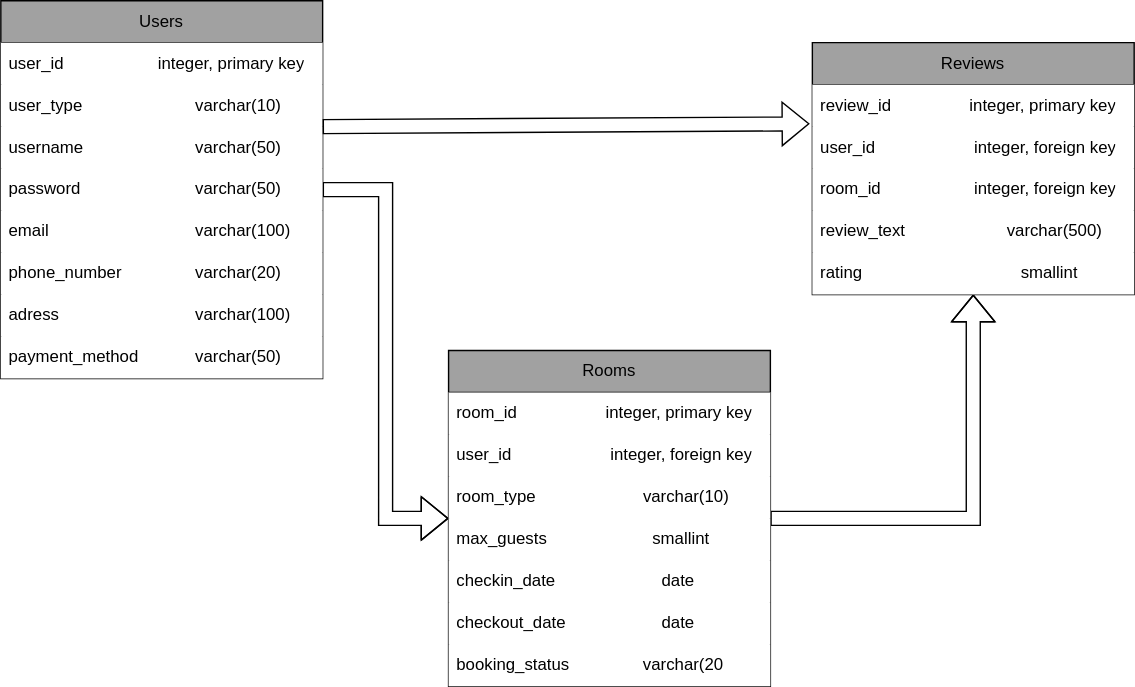
The draw.io diagram Lesson_16/Диаграмма без названия.drawio.svg in alexsh2ko/prjctr_homevorks, before a commit. Source tidied: cells renumbered, new cells last; positions are measured from the earlier drawing's top-left corner, leaving out a move shared by most shapes.
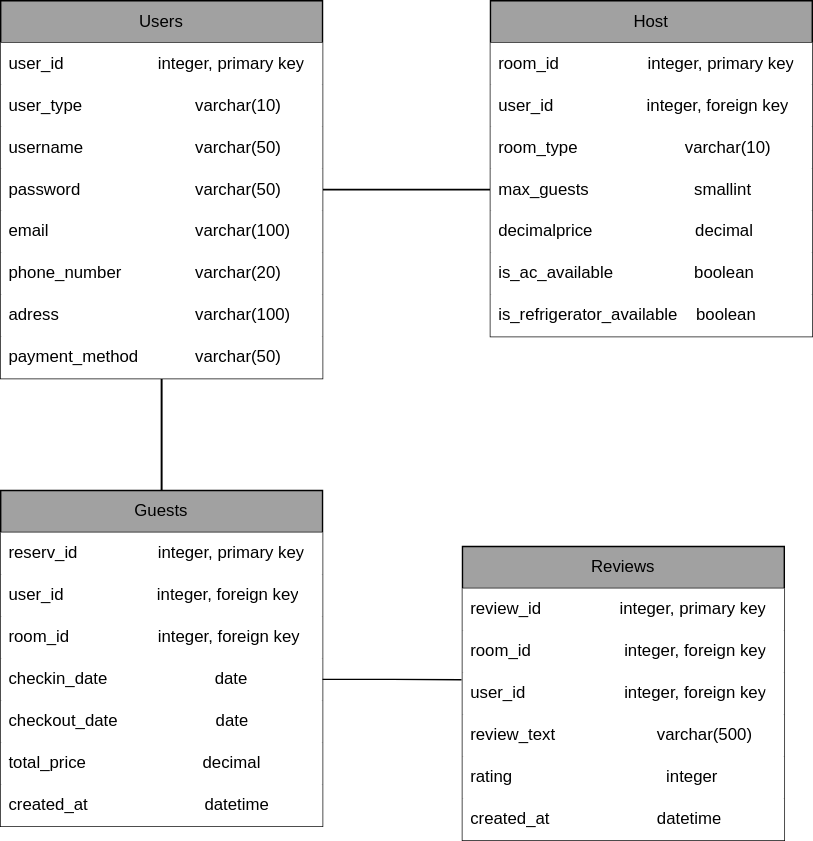
The same file after the commit.

Change to the diagram source:
```diff
@@ -2,11 +2,14 @@
   <root>
     <mxCell id="0" />
     <mxCell id="1" parent="0" />
-    <mxCell id="2" style="edgeStyle=orthogonalEdgeStyle;rounded=0;jettySize=auto;html=1;shape=flexArrow;" parent="1" edge="1" source="3" target="13">
-      <mxGeometry relative="1" as="geometry" />
-    </mxCell>
+    <mxCell id="28" style="edgeStyle=orthogonalEdgeStyle;rounded=0;jettySize=auto;html=1;shape=link;width=-0.40000000000000036;" parent="1" edge="1" source="3" target="32">
+      <mxGeometry relative="1" as="geometry" />
+    </mxCell>
+    <mxCell id="29" style="edgeStyle=orthogonalEdgeStyle;rounded=0;jettySize=auto;html=1;entryX=0;entryY=0.5;entryDx=0;entryDy=0;shape=link;width=-0.40000000000000036;" parent="1" edge="1" source="3" target="17">
+      <mxGeometry relative="1" as="geometry" />
+    </mxCell>
     <mxCell id="3" value="Users" style="swimlane;fontStyle=0;horizontal=1;startSize=30;whiteSpace=wrap;html=1;fillColor=#a1a1a1;" parent="1" vertex="1">
-      <mxGeometry width="230" height="270" as="geometry" />
+      <mxGeometry x="50" width="230" height="270" as="geometry" />
     </mxCell>
     <mxCell id="4" value="&lt;div style=&quot;text-align: justify;&quot;&gt;&lt;span style=&quot;background-color: initial;&quot;&gt;user_id &lt;/span&gt;&lt;span style=&quot;background-color: initial; white-space: pre;&quot;&gt; &lt;/span&gt;&lt;span style=&quot;background-color: initial; white-space: pre;&quot;&gt; &lt;/span&gt;&lt;span style=&quot;background-color: initial; white-space: pre;&quot;&gt; &lt;/span&gt;&lt;span style=&quot;background-color: initial;&quot;&gt;integer, primary key&lt;/span&gt;&lt;/div&gt;" style="text;align=left;verticalAlign=middle;spacingLeft=4;spacingRight=4;overflow=hidden;whiteSpace=wrap;html=1;fillColor=#FFFFFF;" parent="3" vertex="1">
       <mxGeometry y="30" width="230" height="30" as="geometry" />
@@ -32,16 +35,13 @@
     <mxCell id="11" value="payment_method &lt;span style=&quot;white-space: pre;&quot;&gt; &lt;/span&gt;&lt;span style=&quot;white-space: pre;&quot;&gt; &lt;/span&gt;varchar(50)" style="text;strokeColor=none;fillColor=#FFFFFF;align=left;verticalAlign=middle;spacingLeft=4;spacingRight=4;overflow=hidden;whiteSpace=wrap;html=1;" parent="3" vertex="1">
       <mxGeometry y="240" width="230" height="30" as="geometry" />
     </mxCell>
-    <mxCell id="12" style="edgeStyle=orthogonalEdgeStyle;rounded=0;jettySize=auto;html=1;shape=flexArrow;fillColor=default;strokeColor=#000000;" parent="1" edge="1" source="13" target="21">
-      <mxGeometry relative="1" as="geometry" />
-    </mxCell>
-    <mxCell id="13" value="Rooms" style="swimlane;fontStyle=0;horizontal=1;startSize=30;whiteSpace=wrap;html=1;fillColor=#a1a1a1;" parent="1" vertex="1">
-      <mxGeometry x="320" y="250" width="230" height="240" as="geometry" />
+    <mxCell id="13" value="Host" style="swimlane;fontStyle=0;horizontal=1;startSize=30;whiteSpace=wrap;html=1;fillColor=#a1a1a1;" parent="1" vertex="1">
+      <mxGeometry x="400" width="230" height="240" as="geometry" />
     </mxCell>
     <mxCell id="14" value="&lt;div style=&quot;text-align: justify;&quot;&gt;&lt;span style=&quot;background-color: initial;&quot;&gt;room_id &lt;/span&gt;&lt;span style=&quot;background-color: initial; white-space: pre;&quot;&gt; &lt;/span&gt;&lt;span style=&quot;background-color: initial; white-space: pre;&quot;&gt; &lt;/span&gt;&lt;span style=&quot;background-color: initial; white-space: pre;&quot;&gt; &lt;/span&gt;&lt;span style=&quot;background-color: initial;&quot;&gt;integer, primary key&lt;/span&gt;&lt;/div&gt;" style="text;align=left;verticalAlign=middle;spacingLeft=4;spacingRight=4;overflow=hidden;whiteSpace=wrap;html=1;fillColor=#FFFFFF;" parent="13" vertex="1">
       <mxGeometry y="30" width="230" height="30" as="geometry" />
     </mxCell>
-    <mxCell id="15" value="&lt;div style=&quot;text-align: justify;&quot;&gt;user_id&amp;nbsp;&lt;span style=&quot;&quot;&gt; &lt;span style=&quot;white-space: pre;&quot;&gt; &lt;/span&gt;&lt;span style=&quot;white-space: pre;&quot;&gt; &lt;/span&gt;&lt;span style=&quot;white-space: pre;&quot;&gt; &lt;/span&gt;&lt;/span&gt;&lt;span style=&quot;&quot;&gt; &lt;/span&gt;&lt;span style=&quot;&quot;&gt; &lt;/span&gt;&lt;span style=&quot;border-color: var(--border-color); background-color: initial;&quot;&gt; &lt;/span&gt;&lt;span style=&quot;border-color: var(--border-color); background-color: initial;&quot;&gt; &lt;/span&gt;&lt;span style=&quot;border-color: var(--border-color); background-color: initial;&quot;&gt; &lt;/span&gt;&lt;span style=&quot;border-color: var(--border-color); background-color: initial;&quot;&gt;integer, foreign key&lt;/span&gt;&lt;br&gt;&lt;/div&gt;" style="text;strokeColor=none;fillColor=#FFFFFF;align=left;verticalAlign=middle;spacingLeft=4;spacingRight=4;overflow=hidden;whiteSpace=wrap;html=1;" parent="13" vertex="1">
+    <mxCell id="15" value="user_id&amp;nbsp; &amp;nbsp; &amp;nbsp; &amp;nbsp; &amp;nbsp; &amp;nbsp; &amp;nbsp; &amp;nbsp; &amp;nbsp; &lt;span style=&quot;text-align: justify; background-color: initial;&quot;&gt;&amp;nbsp;&lt;/span&gt;&lt;span style=&quot;text-align: justify; background-color: initial;&quot;&gt;    &lt;/span&gt;&lt;span style=&quot;text-align: justify; background-color: initial;&quot;&gt; &lt;/span&gt;&lt;span style=&quot;text-align: justify; background-color: initial;&quot;&gt; &lt;/span&gt;&lt;span style=&quot;text-align: justify; background-color: initial; border-color: var(--border-color);&quot;&gt; &lt;/span&gt;&lt;span style=&quot;text-align: justify; background-color: initial; border-color: var(--border-color);&quot;&gt; &lt;/span&gt;&lt;span style=&quot;text-align: justify; background-color: initial; border-color: var(--border-color);&quot;&gt; &lt;/span&gt;&lt;span style=&quot;text-align: justify; background-color: initial; border-color: var(--border-color);&quot;&gt;integer, foreign key&lt;/span&gt;" style="text;strokeColor=none;fillColor=#FFFFFF;align=left;verticalAlign=middle;spacingLeft=4;spacingRight=4;overflow=hidden;whiteSpace=wrap;html=1;" parent="13" vertex="1">
       <mxGeometry y="60" width="230" height="30" as="geometry" />
     </mxCell>
     <mxCell id="16" value="room_type &lt;span style=&quot;white-space: pre;&quot;&gt; &lt;/span&gt;&lt;span style=&quot;white-space: pre;&quot;&gt; &lt;/span&gt;&amp;nbsp; &amp;nbsp; &amp;nbsp; &amp;nbsp;&lt;span style=&quot;&quot;&gt; &lt;/span&gt;&lt;span style=&quot;&quot;&gt; &lt;/span&gt;&lt;span style=&quot;&quot;&gt; &lt;/span&gt;varchar(10)" style="text;strokeColor=none;fillColor=#FFFFFF;align=left;verticalAlign=middle;spacingLeft=4;spacingRight=4;overflow=hidden;whiteSpace=wrap;html=1;" parent="13" vertex="1">
@@ -50,37 +50,62 @@
     <mxCell id="17" value="max_guests&amp;nbsp;&lt;span style=&quot;&quot;&gt; &lt;span style=&quot;white-space: pre;&quot;&gt; &lt;/span&gt;&lt;span style=&quot;white-space: pre;&quot;&gt; &lt;/span&gt;&lt;span style=&quot;white-space: pre;&quot;&gt; &lt;/span&gt;&lt;/span&gt;&lt;span style=&quot;&quot;&gt;&amp;nbsp;&lt;/span&gt;&lt;span style=&quot;&quot;&gt; &lt;/span&gt;smallint" style="text;strokeColor=none;fillColor=#FFFFFF;align=left;verticalAlign=middle;spacingLeft=4;spacingRight=4;overflow=hidden;points=[[0,0.5],[1,0.5]];portConstraint=eastwest;whiteSpace=wrap;html=1;" parent="13" vertex="1">
       <mxGeometry y="120" width="230" height="30" as="geometry" />
     </mxCell>
-    <mxCell id="18" value="checkin_date &lt;span style=&quot;white-space: pre;&quot;&gt; &lt;/span&gt;&lt;span style=&quot;white-space: pre;&quot;&gt; &lt;/span&gt;&lt;span style=&quot;white-space: pre;&quot;&gt; &lt;/span&gt;&amp;nbsp; &amp;nbsp; date" style="text;strokeColor=none;fillColor=#FFFFFF;align=left;verticalAlign=middle;spacingLeft=4;spacingRight=4;overflow=hidden;whiteSpace=wrap;html=1;" parent="13" vertex="1">
+    <mxCell id="18" value="decimalprice&amp;nbsp;&lt;span style=&quot;&quot;&gt; &lt;/span&gt;&lt;span style=&quot;&quot;&gt; &lt;/span&gt;&lt;span style=&quot;&quot;&gt; &lt;/span&gt;&amp;nbsp; &amp;nbsp; &amp;nbsp; &amp;nbsp; &amp;nbsp; &amp;nbsp; &amp;nbsp; &amp;nbsp; &amp;nbsp; &amp;nbsp; decimal" style="text;strokeColor=none;fillColor=#FFFFFF;align=left;verticalAlign=middle;spacingLeft=4;spacingRight=4;overflow=hidden;whiteSpace=wrap;html=1;" parent="13" vertex="1">
       <mxGeometry y="150" width="230" height="30" as="geometry" />
     </mxCell>
-    <mxCell id="19" value="checkout_date&amp;nbsp; &lt;span style=&quot;border-color: var(--border-color);&quot;&gt; &lt;/span&gt;&lt;span style=&quot;border-color: var(--border-color);&quot;&gt; &lt;/span&gt;&amp;nbsp; &amp;nbsp;&lt;span style=&quot;white-space: pre;&quot;&gt; &lt;/span&gt;&lt;span style=&quot;white-space: pre;&quot;&gt; &lt;/span&gt;&amp;nbsp; &amp;nbsp;&amp;nbsp;date" style="text;strokeColor=none;fillColor=#FFFFFF;align=left;verticalAlign=middle;spacingLeft=4;spacingRight=4;overflow=hidden;whiteSpace=wrap;html=1;" parent="13" vertex="1">
+    <mxCell id="19" value="is_ac_available &lt;span style=&quot;white-space: pre;&quot;&gt; &lt;/span&gt;&lt;span style=&quot;white-space: pre;&quot;&gt; &lt;/span&gt;&amp;nbsp; boolean" style="text;strokeColor=none;fillColor=#FFFFFF;align=left;verticalAlign=middle;spacingLeft=4;spacingRight=4;overflow=hidden;whiteSpace=wrap;html=1;" parent="13" vertex="1">
       <mxGeometry y="180" width="230" height="30" as="geometry" />
     </mxCell>
-    <mxCell id="20" value="booking_status &lt;span style=&quot;white-space: pre;&quot;&gt; &lt;/span&gt;&lt;span style=&quot;white-space: pre;&quot;&gt; &lt;/span&gt;varchar(20" style="text;strokeColor=none;fillColor=#FFFFFF;align=left;verticalAlign=middle;spacingLeft=4;spacingRight=4;overflow=hidden;whiteSpace=wrap;html=1;" parent="13" vertex="1">
+    <mxCell id="20" value="is_refrigerator_available&amp;nbsp; &amp;nbsp; boolean" style="text;strokeColor=none;fillColor=#FFFFFF;align=left;verticalAlign=middle;spacingLeft=4;spacingRight=4;overflow=hidden;whiteSpace=wrap;html=1;" parent="13" vertex="1">
       <mxGeometry y="210" width="230" height="30" as="geometry" />
     </mxCell>
     <mxCell id="21" value="Reviews" style="swimlane;fontStyle=0;horizontal=1;startSize=30;whiteSpace=wrap;html=1;fillColor=#a1a1a1;" parent="1" vertex="1">
-      <mxGeometry x="580" y="30" width="230" height="180" as="geometry" />
+      <mxGeometry x="380" y="390" width="230" height="210" as="geometry" />
     </mxCell>
     <mxCell id="22" value="&lt;div style=&quot;text-align: justify;&quot;&gt;review_id &lt;span style=&quot;white-space: pre;&quot;&gt; &lt;/span&gt;&lt;span style=&quot;white-space: pre;&quot;&gt; &lt;/span&gt;integer, primary key&lt;br&gt;&lt;/div&gt;" style="text;align=left;verticalAlign=middle;spacingLeft=4;spacingRight=4;overflow=hidden;whiteSpace=wrap;html=1;fillColor=#FFFFFF;" parent="21" vertex="1">
       <mxGeometry y="30" width="230" height="30" as="geometry" />
     </mxCell>
-    <mxCell id="23" value="&lt;div style=&quot;text-align: justify;&quot;&gt;user_id&amp;nbsp;&lt;span style=&quot;&quot;&gt; &lt;span style=&quot;white-space: pre;&quot;&gt; &lt;/span&gt;&lt;span style=&quot;white-space: pre;&quot;&gt; &lt;/span&gt;&lt;span style=&quot;white-space: pre;&quot;&gt; &lt;/span&gt;&lt;/span&gt;&lt;span style=&quot;&quot;&gt; &lt;/span&gt;&lt;span style=&quot;&quot;&gt; &lt;/span&gt;&lt;span style=&quot;border-color: var(--border-color); background-color: initial;&quot;&gt; &lt;/span&gt;&lt;span style=&quot;border-color: var(--border-color); background-color: initial;&quot;&gt; &lt;/span&gt;&lt;span style=&quot;border-color: var(--border-color); background-color: initial;&quot;&gt; &lt;/span&gt;&lt;span style=&quot;border-color: var(--border-color); background-color: initial;&quot;&gt;integer, foreign key&lt;/span&gt;&lt;br&gt;&lt;/div&gt;" style="text;strokeColor=none;fillColor=#FFFFFF;align=left;verticalAlign=middle;spacingLeft=4;spacingRight=4;overflow=hidden;points=[[0,0.5],[1,0.5]];portConstraint=eastwest;whiteSpace=wrap;html=1;" parent="21" vertex="1">
-      <mxGeometry y="60" width="230" height="30" as="geometry" />
-    </mxCell>
     <mxCell id="24" value="room_id&amp;nbsp;&lt;span style=&quot;border-color: var(--border-color); text-align: justify; background-color: initial;&quot;&gt; &lt;span style=&quot;white-space: pre;&quot;&gt; &lt;/span&gt;&lt;span style=&quot;white-space: pre;&quot;&gt; &lt;/span&gt;&lt;span style=&quot;white-space: pre;&quot;&gt; &lt;/span&gt;&lt;/span&gt;&lt;span style=&quot;border-color: var(--border-color); text-align: justify; background-color: initial;&quot;&gt; &lt;/span&gt;&lt;span style=&quot;border-color: var(--border-color); text-align: justify; background-color: initial;&quot;&gt; &lt;/span&gt;&lt;span style=&quot;border-color: var(--border-color); text-align: justify; background-color: initial;&quot;&gt;integer, foreign key&lt;/span&gt;" style="text;strokeColor=none;fillColor=#FFFFFF;align=left;verticalAlign=middle;spacingLeft=4;spacingRight=4;overflow=hidden;whiteSpace=wrap;html=1;" parent="21" vertex="1">
-      <mxGeometry y="90" width="230" height="30" as="geometry" />
+      <mxGeometry y="60" width="230" height="30" as="geometry" />
     </mxCell>
+    <mxCell id="30" value="user_id&lt;span style=&quot;border-color: var(--border-color); text-align: justify; background-color: initial;&quot;&gt;&amp;nbsp;&lt;span style=&quot;white-space: pre;&quot;&gt; &lt;/span&gt;&lt;span style=&quot;white-space: pre;&quot;&gt; &lt;/span&gt;&lt;span style=&quot;white-space: pre;&quot;&gt; &lt;/span&gt;&lt;/span&gt;&lt;span style=&quot;border-color: var(--border-color); text-align: justify; background-color: initial;&quot;&gt; &lt;/span&gt;&lt;span style=&quot;border-color: var(--border-color); text-align: justify; background-color: initial;&quot;&gt; &lt;/span&gt;&lt;span style=&quot;border-color: var(--border-color); text-align: justify; background-color: initial;&quot;&gt;integer, foreign key&lt;/span&gt;" style="text;strokeColor=none;fillColor=#FFFFFF;align=left;verticalAlign=middle;spacingLeft=4;spacingRight=4;overflow=hidden;points=[[0,0.5],[1,0.5]];portConstraint=eastwest;whiteSpace=wrap;html=1;" parent="21" vertex="1">
+      <mxGeometry y="90" width="230" height="30" as="geometry" />
+    </mxCell>
     <mxCell id="25" value="review_text &lt;span style=&quot;white-space: pre;&quot;&gt; &lt;/span&gt;&lt;span style=&quot;white-space: pre;&quot;&gt; &lt;/span&gt;&lt;span style=&quot;white-space: pre;&quot;&gt; &lt;/span&gt;varchar(500)" style="text;strokeColor=none;fillColor=#FFFFFF;align=left;verticalAlign=middle;spacingLeft=4;spacingRight=4;overflow=hidden;whiteSpace=wrap;html=1;" parent="21" vertex="1">
       <mxGeometry y="120" width="230" height="30" as="geometry" />
     </mxCell>
-    <mxCell id="26" value="rating &lt;span style=&quot;white-space: pre;&quot;&gt; &lt;/span&gt;&lt;span style=&quot;white-space: pre;&quot;&gt; &lt;/span&gt;&lt;span style=&quot;white-space: pre;&quot;&gt; &lt;/span&gt;&lt;span style=&quot;white-space: pre;&quot;&gt; &lt;/span&gt;&amp;nbsp; &amp;nbsp;smallint" style="text;strokeColor=none;fillColor=#FFFFFF;align=left;verticalAlign=middle;spacingLeft=4;spacingRight=4;overflow=hidden;whiteSpace=wrap;html=1;" parent="21" vertex="1">
+    <mxCell id="26" value="rating &lt;span style=&quot;white-space: pre;&quot;&gt; &lt;/span&gt;&lt;span style=&quot;white-space: pre;&quot;&gt; &lt;/span&gt;&lt;span style=&quot;white-space: pre;&quot;&gt; &lt;/span&gt;&lt;span style=&quot;white-space: pre;&quot;&gt; &lt;/span&gt;&amp;nbsp; integer" style="text;strokeColor=none;fillColor=#FFFFFF;align=left;verticalAlign=middle;spacingLeft=4;spacingRight=4;overflow=hidden;whiteSpace=wrap;html=1;" parent="21" vertex="1">
       <mxGeometry y="150" width="230" height="30" as="geometry" />
     </mxCell>
-    <mxCell id="27" style="shape=flexArrow;endArrow=classic;html=1;rounded=0;entryX=-0.009;entryY=-0.067;entryDx=0;entryDy=0;entryPerimeter=0;" parent="1" edge="1" target="23">
-      <mxGeometry relative="1" as="geometry">
-        <mxPoint x="230" y="90" as="sourcePoint" />
-      </mxGeometry>
-    </mxCell>
+    <mxCell id="31" value="created_at&amp;nbsp; &amp;nbsp; &amp;nbsp; &amp;nbsp; &amp;nbsp; &amp;nbsp; &amp;nbsp; &amp;nbsp; &amp;nbsp; &amp;nbsp; &amp;nbsp; &amp;nbsp;datetime" style="text;strokeColor=none;fillColor=#FFFFFF;align=left;verticalAlign=middle;spacingLeft=4;spacingRight=4;overflow=hidden;whiteSpace=wrap;html=1;" parent="21" vertex="1">
+      <mxGeometry y="180" width="230" height="30" as="geometry" />
+    </mxCell>
+    <mxCell id="32" value="Guests" style="swimlane;fontStyle=0;horizontal=1;startSize=30;whiteSpace=wrap;html=1;fillColor=#a1a1a1;" parent="1" vertex="1">
+      <mxGeometry x="50" y="350" width="230" height="240" as="geometry" />
+    </mxCell>
+    <mxCell id="33" value="&lt;div style=&quot;text-align: justify;&quot;&gt;&lt;span style=&quot;background-color: initial;&quot;&gt;reserv_id&lt;/span&gt;&lt;span style=&quot;background-color: initial; white-space: pre;&quot;&gt; &lt;/span&gt;&lt;span style=&quot;background-color: initial; white-space: pre;&quot;&gt; &lt;/span&gt;&lt;span style=&quot;background-color: initial; white-space: pre;&quot;&gt; &lt;/span&gt;&lt;span style=&quot;background-color: initial;&quot;&gt;integer, primary key&lt;/span&gt;&lt;/div&gt;" style="text;align=left;verticalAlign=middle;spacingLeft=4;spacingRight=4;overflow=hidden;whiteSpace=wrap;html=1;fillColor=#FFFFFF;" parent="32" vertex="1">
+      <mxGeometry y="30" width="230" height="30" as="geometry" />
+    </mxCell>
+    <mxCell id="34" value="&lt;div style=&quot;text-align: justify;&quot;&gt;user_id&amp;nbsp; &amp;nbsp; &amp;nbsp; &amp;nbsp; &amp;nbsp; &amp;nbsp; &amp;nbsp; &amp;nbsp; &amp;nbsp;&amp;nbsp;&lt;span style=&quot;border-color: var(--border-color); background-color: initial;&quot;&gt;&amp;nbsp;&lt;/span&gt;&lt;span style=&quot;border-color: var(--border-color); background-color: initial;&quot;&gt;&amp;nbsp;&lt;/span&gt;&lt;span style=&quot;border-color: var(--border-color); background-color: initial;&quot;&gt;&lt;/span&gt;&lt;span style=&quot;border-color: var(--border-color); background-color: initial;&quot;&gt;&lt;/span&gt;&lt;span style=&quot;border-color: var(--border-color); background-color: initial;&quot;&gt;&lt;/span&gt;&lt;span style=&quot;border-color: var(--border-color); background-color: initial;&quot;&gt;&lt;/span&gt;&lt;span style=&quot;border-color: var(--border-color); background-color: initial;&quot;&gt;&lt;/span&gt;&lt;span style=&quot;border-color: var(--border-color); background-color: initial;&quot;&gt;integer, foreign key&lt;/span&gt;&lt;br&gt;&lt;/div&gt;" style="text;align=left;verticalAlign=middle;spacingLeft=4;spacingRight=4;overflow=hidden;whiteSpace=wrap;html=1;fillColor=#FFFFFF;" parent="32" vertex="1">
+      <mxGeometry y="60" width="230" height="30" as="geometry" />
+    </mxCell>
+    <mxCell id="35" value="&lt;div style=&quot;text-align: justify;&quot;&gt;room_id&amp;nbsp;&lt;span style=&quot;border-color: var(--border-color); background-color: initial;&quot;&gt;&amp;nbsp;&lt;span style=&quot;border-color: var(--border-color);&quot;&gt; &lt;/span&gt;&lt;span style=&quot;border-color: var(--border-color);&quot;&gt; &lt;/span&gt;&lt;span style=&quot;border-color: var(--border-color);&quot;&gt; &lt;/span&gt;&lt;/span&gt;&lt;span style=&quot;border-color: var(--border-color); background-color: initial;&quot;&gt;&amp;nbsp; &amp;nbsp; &amp;nbsp; &amp;nbsp; &amp;nbsp; &amp;nbsp; &amp;nbsp; &amp;nbsp;&amp;nbsp;&lt;/span&gt;&lt;span style=&quot;border-color: var(--border-color); background-color: initial;&quot;&gt;&lt;/span&gt;&lt;span style=&quot;border-color: var(--border-color); background-color: initial;&quot;&gt;integer, foreign key&lt;/span&gt;&lt;br&gt;&lt;/div&gt;" style="text;strokeColor=none;fillColor=#FFFFFF;align=left;verticalAlign=middle;spacingLeft=4;spacingRight=4;overflow=hidden;whiteSpace=wrap;html=1;" parent="32" vertex="1">
+      <mxGeometry y="90" width="230" height="30" as="geometry" />
+    </mxCell>
+    <mxCell id="36" value="checkin_date&amp;nbsp; &amp;nbsp; &amp;nbsp; &amp;nbsp; &amp;nbsp; &amp;nbsp; &amp;nbsp; &amp;nbsp; &amp;nbsp; &amp;nbsp; &amp;nbsp; &amp;nbsp;date" style="text;strokeColor=none;fillColor=#FFFFFF;align=left;verticalAlign=middle;spacingLeft=4;spacingRight=4;overflow=hidden;points=[[0,0.5],[1,0.5]];portConstraint=eastwest;whiteSpace=wrap;html=1;" parent="32" vertex="1">
+      <mxGeometry y="120" width="230" height="30" as="geometry" />
+    </mxCell>
+    <mxCell id="37" value="checkout_date&amp;nbsp; &amp;nbsp; &amp;nbsp; &amp;nbsp; &amp;nbsp; &amp;nbsp; &amp;nbsp; &amp;nbsp; &amp;nbsp; &amp;nbsp; &amp;nbsp;date" style="text;strokeColor=none;fillColor=#FFFFFF;align=left;verticalAlign=middle;spacingLeft=4;spacingRight=4;overflow=hidden;whiteSpace=wrap;html=1;" parent="32" vertex="1">
+      <mxGeometry y="150" width="230" height="30" as="geometry" />
+    </mxCell>
+    <mxCell id="38" value="total_price&amp;nbsp; &amp;nbsp; &amp;nbsp; &amp;nbsp; &amp;nbsp; &amp;nbsp; &amp;nbsp; &amp;nbsp; &amp;nbsp; &amp;nbsp; &amp;nbsp; &amp;nbsp; &amp;nbsp;decimal" style="text;strokeColor=none;fillColor=#FFFFFF;align=left;verticalAlign=middle;spacingLeft=4;spacingRight=4;overflow=hidden;whiteSpace=wrap;html=1;" parent="32" vertex="1">
+      <mxGeometry y="180" width="230" height="30" as="geometry" />
+    </mxCell>
+    <mxCell id="39" value="created_at&amp;nbsp; &amp;nbsp; &amp;nbsp; &amp;nbsp; &amp;nbsp; &amp;nbsp; &amp;nbsp; &amp;nbsp; &amp;nbsp; &amp;nbsp; &amp;nbsp; &amp;nbsp; &amp;nbsp;datetime" style="text;strokeColor=none;fillColor=#FFFFFF;align=left;verticalAlign=middle;spacingLeft=4;spacingRight=4;overflow=hidden;whiteSpace=wrap;html=1;" parent="32" vertex="1">
+      <mxGeometry y="210" width="230" height="30" as="geometry" />
+    </mxCell>
+    <mxCell id="40" style="edgeStyle=orthogonalEdgeStyle;rounded=0;jettySize=auto;html=1;entryX=-0.003;entryY=0.175;entryDx=0;entryDy=0;entryPerimeter=0;shape=link;width=0;" parent="1" edge="1" source="36" target="30">
+      <mxGeometry relative="1" as="geometry" />
+    </mxCell>
   </root>
 </mxGraphModel>
```
